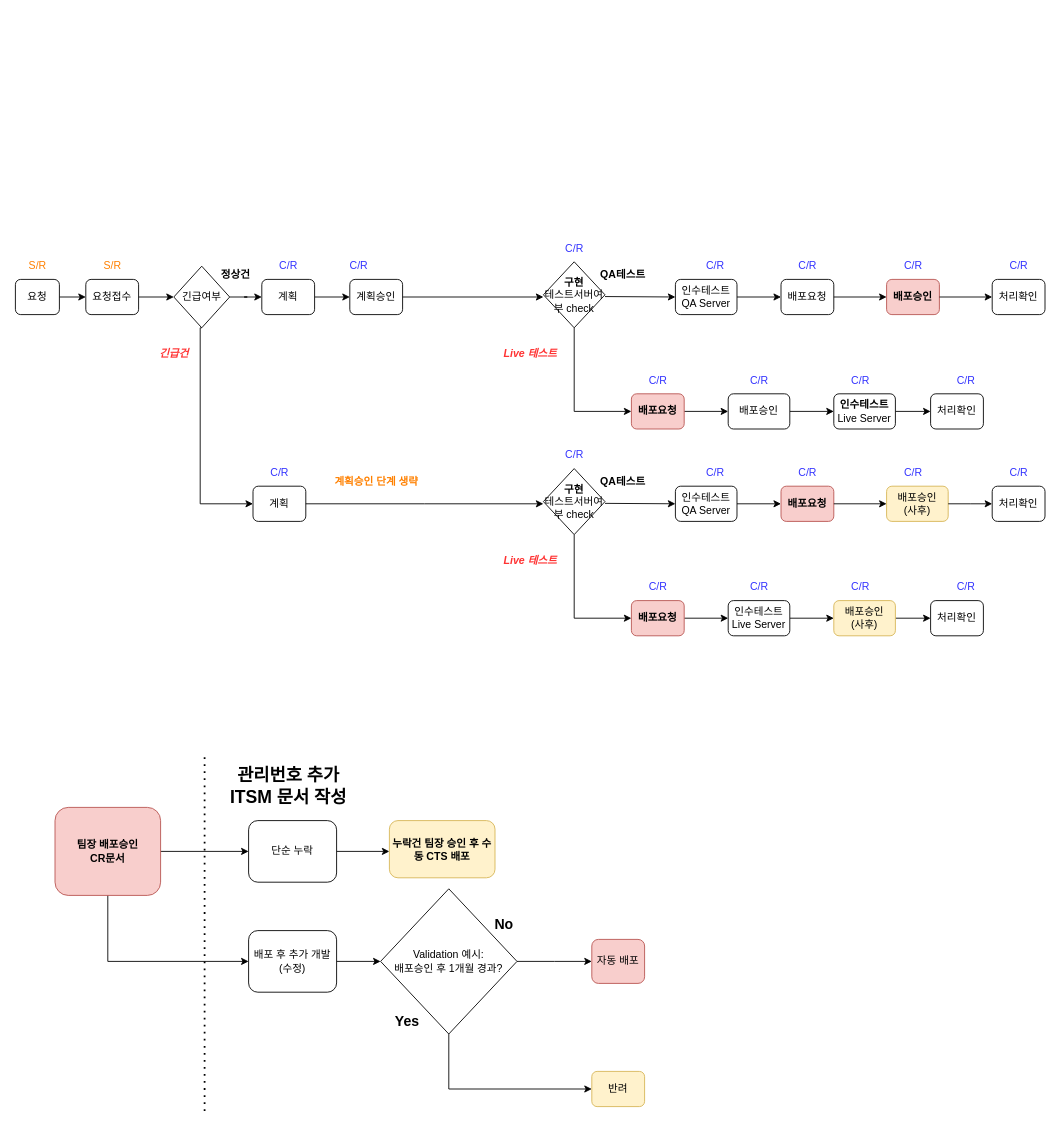
This is 제목 없는 다이어그램.drawio from attabooi/attabooi, a draw.io file, before an edit. Source tidied: cells renumbered, new cells numbered last; positions are measured from the earlier drawing's top-left corner, leaving out a move shared by most shapes. Both pictures are drawn from the tidied source at 88%, with x=0, y=0 at pixel (15, 235).
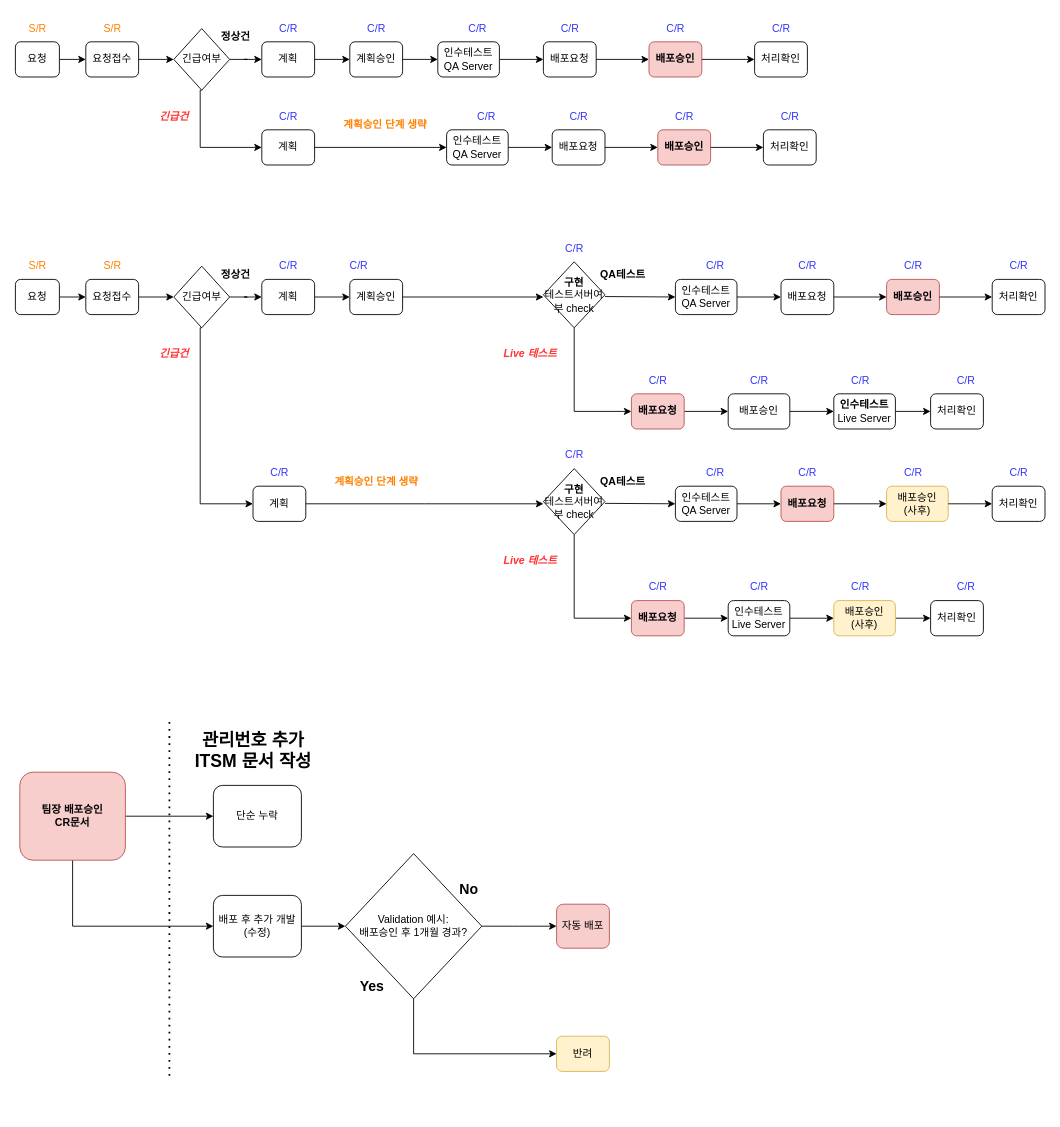
The same diagram, later.

Commit message:
제목 없는 다이어그램.drawio 업데이트

The edit, as a diff of the source:
```diff
@@
-    <mxCell id="51" style="edgeStyle=orthogonalEdgeStyle;rounded=0;jettySize=auto;html=1;exitX=1;exitY=0.5;exitDx=0;exitDy=0;" parent="1" edge="1" source="52">
-      <mxGeometry relative="1" as="geometry">
-        <mxPoint x="425" y="700" as="targetPoint" />
-      </mxGeometry>
-    </mxCell>
     <mxCell id="52" value="단순 누락" style="rounded=1;whiteSpace=wrap;html=1;fontSize=12;glass=0;strokeWidth=1;shadow=0;" parent="1" vertex="1">
-      <mxGeometry x="265" y="665" width="100" height="70" as="geometry" />
+      <mxGeometry x="225" y="625" width="100" height="70" as="geometry" />
     </mxCell>
@@
     <mxCell id="54" style="edgeStyle=orthogonalEdgeStyle;rounded=0;jettySize=auto;html=1;exitX=1;exitY=0.5;exitDx=0;exitDy=0;entryX=0;entryY=0.5;entryDx=0;entryDy=0;" parent="1" edge="1" source="55" target="63">
       <mxGeometry relative="1" as="geometry">
         <Array as="points">
-          <mxPoint x="105" y="700" />
-          <mxPoint x="105" y="825" />
+          <mxPoint x="65" y="660" />
+          <mxPoint x="65" y="785" />
         </Array>
       </mxGeometry>
     </mxCell>
     <mxCell id="55" value="팀장 배포승인&lt;br&gt;CR문서" style="rounded=1;whiteSpace=wrap;html=1;fontSize=12;glass=0;strokeWidth=1;shadow=0;fillColor=#f8cecc;strokeColor=#b85450;fontStyle=1;" parent="1" vertex="1">
-      <mxGeometry x="45" y="650" width="120" height="100" as="geometry" />
+      <mxGeometry x="5" y="610" width="120" height="100" as="geometry" />
     </mxCell>
     <mxCell id="56" value="관리번호 추가&lt;br&gt;ITSM 문서 작성" style="text;html=1;align=center;verticalAlign=middle;strokeColor=none;fillColor=none;fontStyle=1;fontSize=20;" parent="1" vertex="1">
-      <mxGeometry x="230" y="595" width="160" height="60" as="geometry" />
+      <mxGeometry x="190" y="555" width="160" height="60" as="geometry" />
     </mxCell>
     <mxCell id="57" style="edgeStyle=orthogonalEdgeStyle;rounded=0;jettySize=auto;html=1;exitX=1;exitY=0.5;exitDx=0;exitDy=0;" parent="1" edge="1" source="59">
       <mxGeometry relative="1" as="geometry">
-        <mxPoint x="655" y="825" as="targetPoint" />
+        <mxPoint x="615" y="785" as="targetPoint" />
       </mxGeometry>
     </mxCell>
@@
     <mxCell id="59" value="Validation 예시:&lt;br&gt;배포승인 후 1개월 경과?" style="rhombus;whiteSpace=wrap;html=1;" parent="1" vertex="1">
-      <mxGeometry x="415" y="742.5" width="155" height="165" as="geometry" />
+      <mxGeometry x="375" y="702.5" width="155" height="165" as="geometry" />
     </mxCell>
-    <mxCell id="60" value="누락건 팀장 승인 후 수동 CTS 배포" style="rounded=1;whiteSpace=wrap;html=1;fontSize=12;glass=0;strokeWidth=1;shadow=0;fontStyle=1;fillColor=#fff2cc;strokeColor=#d6b656;" parent="1" vertex="1">
-      <mxGeometry x="425" y="665" width="120" height="65" as="geometry" />
-    </mxCell>
     <mxCell id="61" style="endArrow=none;dashed=1;html=1;dashPattern=1 3;strokeWidth=2;rounded=0;" parent="1" edge="1">
       <mxGeometry relative="1" as="geometry">
-        <mxPoint x="215" y="995" as="sourcePoint" />
-        <mxPoint x="215" y="590" as="targetPoint" />
+        <mxPoint x="175" y="955" as="sourcePoint" />
+        <mxPoint x="175" y="550" as="targetPoint" />
       </mxGeometry>
     </mxCell>
@@
     <mxCell id="63" value="배포 후 추가 개발(수정)" style="rounded=1;whiteSpace=wrap;html=1;fontSize=12;glass=0;strokeWidth=1;shadow=0;" parent="1" vertex="1">
-      <mxGeometry x="265" y="790" width="100" height="70" as="geometry" />
+      <mxGeometry x="225" y="750" width="100" height="70" as="geometry" />
     </mxCell>
     <mxCell id="64" value="No" style="text;html=1;align=center;verticalAlign=middle;strokeColor=none;fillColor=none;fontSize=16;fontStyle=1;" parent="1" vertex="1">
-      <mxGeometry x="535" y="768" width="40" height="30" as="geometry" />
+      <mxGeometry x="495" y="728" width="40" height="30" as="geometry" />
     </mxCell>
     <mxCell id="65" value="자동 배포" style="rounded=1;whiteSpace=wrap;html=1;fontSize=12;glass=0;strokeWidth=1;shadow=0;fillColor=#f8cecc;strokeColor=#b85450;" parent="1" vertex="1">
-      <mxGeometry x="655" y="800" width="60" height="50" as="geometry" />
+      <mxGeometry x="615" y="760" width="60" height="50" as="geometry" />
     </mxCell>
     <mxCell id="66" value="반려" style="rounded=1;whiteSpace=wrap;html=1;fontSize=12;glass=0;strokeWidth=1;shadow=0;fillColor=#fff2cc;strokeColor=#d6b656;" parent="1" vertex="1">
-      <mxGeometry x="655" y="950" width="60" height="40" as="geometry" />
+      <mxGeometry x="615" y="910" width="60" height="40" as="geometry" />
     </mxCell>
     <mxCell id="67" value="Yes" style="text;html=1;align=center;verticalAlign=middle;strokeColor=none;fillColor=none;fontSize=16;fontStyle=1;" parent="1" vertex="1">
-      <mxGeometry x="420" y="877.5" width="50" height="30" as="geometry" />
+      <mxGeometry x="380" y="837.5" width="50" height="30" as="geometry" />
     </mxCell>
@@
+    <mxCell id="96" style="edgeStyle=orthogonalEdgeStyle;rounded=0;jettySize=auto;html=1;exitX=1;exitY=0.5;exitDx=0;exitDy=0;entryX=0;entryY=0.5;entryDx=0;entryDy=0;" parent="1" edge="1" source="97" target="100">
+      <mxGeometry relative="1" as="geometry" />
+    </mxCell>
+    <mxCell id="97" value="요청" style="rounded=1;whiteSpace=wrap;html=1;fontSize=12;glass=0;strokeWidth=1;shadow=0;" parent="1" vertex="1">
+      <mxGeometry y="-220" width="50" height="40" as="geometry" />
+    </mxCell>
+    <mxCell id="98" style="edgeStyle=orthogonalEdgeStyle;rounded=0;jettySize=auto;html=1;entryX=0;entryY=0.5;entryDx=0;entryDy=0;" parent="1" edge="1" source="121" target="102">
+      <mxGeometry relative="1" as="geometry" />
+    </mxCell>
+    <mxCell id="99" style="edgeStyle=orthogonalEdgeStyle;rounded=0;jettySize=auto;html=1;exitX=1;exitY=0.5;exitDx=0;exitDy=0;entryX=0;entryY=0.5;entryDx=0;entryDy=0;" parent="1" edge="1" source="100" target="121">
+      <mxGeometry relative="1" as="geometry" />
+    </mxCell>
+    <mxCell id="100" value="요청접수" style="rounded=1;whiteSpace=wrap;html=1;fontSize=12;glass=0;strokeWidth=1;shadow=0;" parent="1" vertex="1">
+      <mxGeometry x="80" y="-220" width="60" height="40" as="geometry" />
+    </mxCell>
+    <mxCell id="101" style="edgeStyle=orthogonalEdgeStyle;rounded=0;jettySize=auto;html=1;exitX=1;exitY=0.5;exitDx=0;exitDy=0;entryX=0;entryY=0.5;entryDx=0;entryDy=0;" parent="1" edge="1" source="102" target="103">
+      <mxGeometry relative="1" as="geometry" />
+    </mxCell>
+    <mxCell id="102" value="계획" style="rounded=1;whiteSpace=wrap;html=1;fontSize=12;glass=0;strokeWidth=1;shadow=0;" parent="1" vertex="1">
+      <mxGeometry x="280" y="-220" width="60" height="40" as="geometry" />
+    </mxCell>
+    <mxCell id="103" value="계획승인" style="rounded=1;whiteSpace=wrap;html=1;fontSize=12;glass=0;strokeWidth=1;shadow=0;" parent="1" vertex="1">
+      <mxGeometry x="380" y="-220" width="60" height="40" as="geometry" />
+    </mxCell>
+    <mxCell id="104" style="edgeStyle=orthogonalEdgeStyle;rounded=0;jettySize=auto;html=1;exitX=1;exitY=0.5;exitDx=0;exitDy=0;entryX=0;entryY=0.5;entryDx=0;entryDy=0;" parent="1" edge="1" source="103" target="106">
+      <mxGeometry relative="1" as="geometry" />
+    </mxCell>
+    <mxCell id="105" style="edgeStyle=orthogonalEdgeStyle;rounded=0;jettySize=auto;html=1;exitX=1;exitY=0.5;exitDx=0;exitDy=0;entryX=0;entryY=0.5;entryDx=0;entryDy=0;" parent="1" edge="1" source="106" target="107">
+      <mxGeometry relative="1" as="geometry" />
+    </mxCell>
+    <mxCell id="106" value="인수테스트&lt;br&gt;QA Server" style="rounded=1;whiteSpace=wrap;html=1;fontSize=12;glass=0;strokeWidth=1;shadow=0;" parent="1" vertex="1">
+      <mxGeometry x="480" y="-220" width="70" height="40" as="geometry" />
+    </mxCell>
+    <mxCell id="107" value="배포요청" style="rounded=1;whiteSpace=wrap;html=1;fontSize=12;glass=0;strokeWidth=1;shadow=0;" parent="1" vertex="1">
+      <mxGeometry x="600" y="-220" width="60" height="40" as="geometry" />
+    </mxCell>
+    <mxCell id="108" style="edgeStyle=orthogonalEdgeStyle;rounded=0;orthogonalLoop=1;jettySize=auto;html=1;exitX=1;exitY=0.5;exitDx=0;exitDy=0;" parent="1" edge="1">
+      <mxGeometry relative="1" as="geometry">
+        <mxPoint x="660" y="-200" as="sourcePoint" />
+        <mxPoint x="720" y="-200" as="targetPoint" />
+      </mxGeometry>
+    </mxCell>
+    <mxCell id="109" value="배포승인" style="rounded=1;whiteSpace=wrap;html=1;fontSize=12;glass=0;strokeWidth=1;shadow=0;fontStyle=1;fillColor=#f8cecc;strokeColor=#b85450;" parent="1" vertex="1">
+      <mxGeometry x="720" y="-220" width="60" height="40" as="geometry" />
+    </mxCell>
+    <mxCell id="110" style="edgeStyle=orthogonalEdgeStyle;rounded=0;orthogonalLoop=1;jettySize=auto;html=1;exitX=1;exitY=0.5;exitDx=0;exitDy=0;" parent="1" edge="1">
+      <mxGeometry relative="1" as="geometry">
+        <mxPoint x="780" y="-200" as="sourcePoint" />
+        <mxPoint x="840" y="-200" as="targetPoint" />
+      </mxGeometry>
+    </mxCell>
+    <mxCell id="111" value="처리확인" style="rounded=1;whiteSpace=wrap;html=1;fontSize=12;glass=0;strokeWidth=1;shadow=0;" parent="1" vertex="1">
+      <mxGeometry x="840" y="-220" width="60" height="40" as="geometry" />
+    </mxCell>
+    <mxCell id="112" value="S/R" style="text;html=1;align=center;verticalAlign=middle;strokeColor=none;fillColor=none;fontColor=#FF8000;" parent="1" vertex="1">
+      <mxGeometry x="5" y="-250" width="40" height="30" as="geometry" />
+    </mxCell>
+    <mxCell id="113" value="S/R" style="text;html=1;align=center;verticalAlign=middle;strokeColor=none;fillColor=none;fontColor=#FF8000;" parent="1" vertex="1">
+      <mxGeometry x="90" y="-250" width="40" height="30" as="geometry" />
+    </mxCell>
+    <mxCell id="114" value="C/R" style="text;html=1;align=center;verticalAlign=middle;strokeColor=none;fillColor=none;fontColor=#3333FF;" parent="1" vertex="1">
+      <mxGeometry x="290" y="-250" width="40" height="30" as="geometry" />
+    </mxCell>
+    <mxCell id="115" value="C/R" style="text;html=1;align=center;verticalAlign=middle;strokeColor=none;fillColor=none;fontColor=#3333FF;" parent="1" vertex="1">
+      <mxGeometry x="390" y="-250" width="40" height="30" as="geometry" />
+    </mxCell>
+    <mxCell id="116" value="C/R" style="text;html=1;align=center;verticalAlign=middle;strokeColor=none;fillColor=none;fontColor=#3333FF;" parent="1" vertex="1">
+      <mxGeometry x="505" y="-250" width="40" height="30" as="geometry" />
+    </mxCell>
+    <mxCell id="117" value="C/R" style="text;html=1;align=center;verticalAlign=middle;strokeColor=none;fillColor=none;fontColor=#3333FF;" parent="1" vertex="1">
+      <mxGeometry x="610" y="-250" width="40" height="30" as="geometry" />
+    </mxCell>
+    <mxCell id="118" value="C/R" style="text;html=1;align=center;verticalAlign=middle;strokeColor=none;fillColor=none;fontColor=#3333FF;" parent="1" vertex="1">
+      <mxGeometry x="730" y="-250" width="40" height="30" as="geometry" />
+    </mxCell>
+    <mxCell id="119" value="C/R" style="text;html=1;align=center;verticalAlign=middle;strokeColor=none;fillColor=none;fontColor=#3333FF;" parent="1" vertex="1">
+      <mxGeometry x="850" y="-250" width="40" height="30" as="geometry" />
+    </mxCell>
+    <mxCell id="120" style="edgeStyle=orthogonalEdgeStyle;rounded=0;jettySize=auto;html=1;exitX=0.5;exitY=1;exitDx=0;exitDy=0;entryX=0;entryY=0.5;entryDx=0;entryDy=0;" parent="1" edge="1" source="121" target="124">
+      <mxGeometry relative="1" as="geometry">
+        <Array as="points">
+          <mxPoint x="210" y="-165" />
+          <mxPoint x="210" y="-100" />
+        </Array>
+      </mxGeometry>
+    </mxCell>
+    <mxCell id="121" value="긴급여부" style="rhombus;whiteSpace=wrap;html=1;" parent="1" vertex="1">
+      <mxGeometry x="180" y="-235" width="63.5" height="70" as="geometry" />
+    </mxCell>
+    <mxCell id="122" value="정상건" style="text;html=1;align=center;verticalAlign=middle;strokeColor=none;fillColor=none;fontStyle=1;" parent="1" vertex="1">
+      <mxGeometry x="220" y="-240" width="60" height="30" as="geometry" />
+    </mxCell>
+    <mxCell id="123" value="긴급건" style="text;html=1;align=center;verticalAlign=middle;strokeColor=none;fillColor=none;fontStyle=3;fontColor=#FF3333;" parent="1" vertex="1">
+      <mxGeometry x="150" y="-150" width="60" height="30" as="geometry" />
+    </mxCell>
+    <mxCell id="124" value="계획" style="rounded=1;whiteSpace=wrap;html=1;fontSize=12;glass=0;strokeWidth=1;shadow=0;" parent="1" vertex="1">
+      <mxGeometry x="280" y="-120" width="60" height="40" as="geometry" />
+    </mxCell>
+    <mxCell id="125" value="C/R" style="text;html=1;align=center;verticalAlign=middle;strokeColor=none;fillColor=none;fontColor=#3333FF;" parent="1" vertex="1">
+      <mxGeometry x="290" y="-150" width="40" height="30" as="geometry" />
+    </mxCell>
+    <mxCell id="126" style="edgeStyle=orthogonalEdgeStyle;rounded=0;jettySize=auto;html=1;exitX=1;exitY=0.5;exitDx=0;exitDy=0;entryX=0;entryY=0.5;entryDx=0;entryDy=0;" parent="1" edge="1" source="124" target="129">
+      <mxGeometry relative="1" as="geometry" />
+    </mxCell>
+    <mxCell id="127" value="계획승인 단계 생략" style="text;html=1;align=center;verticalAlign=middle;strokeColor=none;fillColor=none;fontStyle=1;fontColor=#FF8000;" parent="1" vertex="1">
+      <mxGeometry x="355" y="-140" width="130" height="30" as="geometry" />
+    </mxCell>
+    <mxCell id="128" style="edgeStyle=orthogonalEdgeStyle;rounded=0;jettySize=auto;html=1;exitX=1;exitY=0.5;exitDx=0;exitDy=0;entryX=0;entryY=0.5;entryDx=0;entryDy=0;" parent="1" edge="1" source="129" target="130">
+      <mxGeometry relative="1" as="geometry" />
+    </mxCell>
+    <mxCell id="129" value="인수테스트&lt;br&gt;QA Server" style="rounded=1;whiteSpace=wrap;html=1;fontSize=12;glass=0;strokeWidth=1;shadow=0;" parent="1" vertex="1">
+      <mxGeometry x="490" y="-120" width="70" height="40" as="geometry" />
+    </mxCell>
+    <mxCell id="130" value="배포요청" style="rounded=1;whiteSpace=wrap;html=1;fontSize=12;glass=0;strokeWidth=1;shadow=0;" parent="1" vertex="1">
+      <mxGeometry x="610" y="-120" width="60" height="40" as="geometry" />
+    </mxCell>
+    <mxCell id="131" style="edgeStyle=orthogonalEdgeStyle;rounded=0;orthogonalLoop=1;jettySize=auto;html=1;exitX=1;exitY=0.5;exitDx=0;exitDy=0;" parent="1" edge="1">
+      <mxGeometry relative="1" as="geometry">
+        <mxPoint x="670" y="-100" as="sourcePoint" />
+        <mxPoint x="730" y="-100" as="targetPoint" />
+      </mxGeometry>
+    </mxCell>
+    <mxCell id="132" value="배포승인" style="rounded=1;whiteSpace=wrap;html=1;fontSize=12;glass=0;strokeWidth=1;shadow=0;fontStyle=1;fillColor=#f8cecc;strokeColor=#b85450;" parent="1" vertex="1">
+      <mxGeometry x="730" y="-120" width="60" height="40" as="geometry" />
+    </mxCell>
+    <mxCell id="133" style="edgeStyle=orthogonalEdgeStyle;rounded=0;orthogonalLoop=1;jettySize=auto;html=1;exitX=1;exitY=0.5;exitDx=0;exitDy=0;" parent="1" edge="1">
+      <mxGeometry relative="1" as="geometry">
+        <mxPoint x="790" y="-100" as="sourcePoint" />
+        <mxPoint x="850" y="-100" as="targetPoint" />
+      </mxGeometry>
+    </mxCell>
+    <mxCell id="134" value="처리확인" style="rounded=1;whiteSpace=wrap;html=1;fontSize=12;glass=0;strokeWidth=1;shadow=0;" parent="1" vertex="1">
+      <mxGeometry x="850" y="-120" width="60" height="40" as="geometry" />
+    </mxCell>
+    <mxCell id="135" value="C/R" style="text;html=1;align=center;verticalAlign=middle;strokeColor=none;fillColor=none;fontColor=#3333FF;" parent="1" vertex="1">
+      <mxGeometry x="515" y="-150" width="40" height="30" as="geometry" />
+    </mxCell>
+    <mxCell id="136" value="C/R" style="text;html=1;align=center;verticalAlign=middle;strokeColor=none;fillColor=none;fontColor=#3333FF;" parent="1" vertex="1">
+      <mxGeometry x="620" y="-150" width="40" height="30" as="geometry" />
+    </mxCell>
+    <mxCell id="137" value="C/R" style="text;html=1;align=center;verticalAlign=middle;strokeColor=none;fillColor=none;fontColor=#3333FF;" parent="1" vertex="1">
+      <mxGeometry x="740" y="-150" width="40" height="30" as="geometry" />
+    </mxCell>
+    <mxCell id="138" value="C/R" style="text;html=1;align=center;verticalAlign=middle;strokeColor=none;fillColor=none;fontColor=#3333FF;" parent="1" vertex="1">
+      <mxGeometry x="860" y="-150" width="40" height="30" as="geometry" />
+    </mxCell>
```
